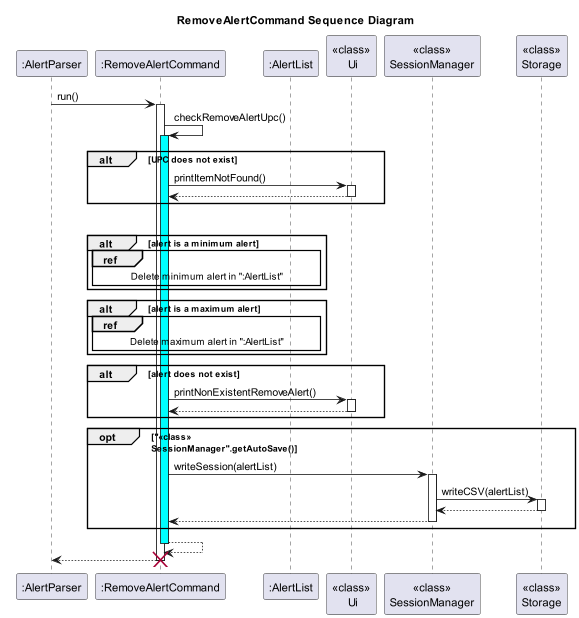
Earlier version of the PlantUML export docs/UML/Alert/RemoveAlertCommand.png (nus-cs2113-AY2223S2/tp).
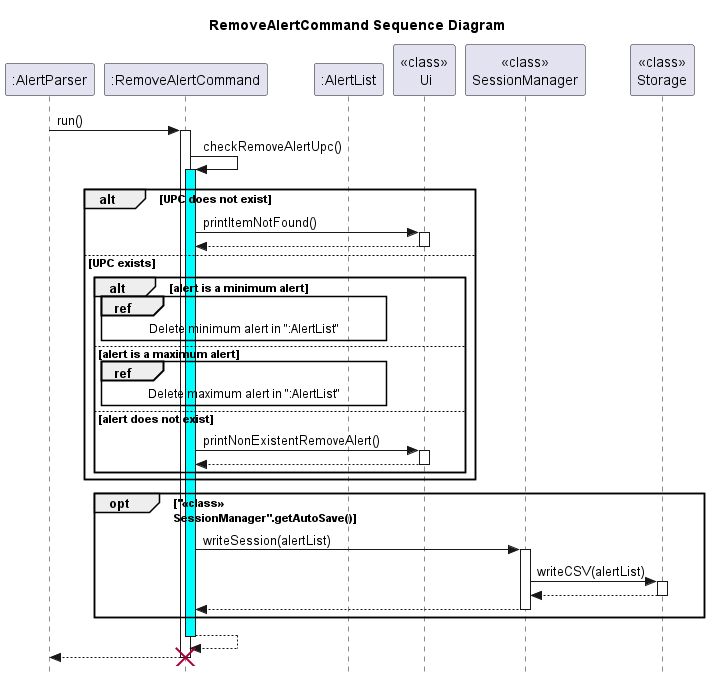
After the change.

Change to the diagram source:
```diff
@@ -1,6 +1,7 @@
 @startuml
 title RemoveAlertCommand Sequence Diagram
 
+skinparam style strictuml
 participant ":AlertParser"
 participant ":RemoveAlertCommand"
 participant ":AlertList"
@@ -19,24 +20,18 @@
     activate "<<class>>\n Ui"
     "<<class>>\n Ui" -->":RemoveAlertCommand":
     deactivate "<<class>>\n Ui"
-end
-
-
-alt UPC exists
+else UPC exists
     alt alert is a minimum alert
      ref over ":RemoveAlertCommand", ":AlertList": Delete minimum alert in ":AlertList"
-     end
-
-    alt alert is a maximum alert
+     else alert is a maximum alert
     ref over ":RemoveAlertCommand", ":AlertList": Delete maximum alert in ":AlertList"
-    end
-
-    alt alert does not exist
+    else alert does not exist
       ":RemoveAlertCommand" -> "<<class>>\n Ui": printNonExistentRemoveAlert()
         activate "<<class>>\n Ui"
         "<<class>>\n Ui" -->":RemoveAlertCommand":
         deactivate "<<class>>\n Ui"
     end
+end
 
      opt "<<class>>\nSessionManager".getAutoSave()
         ":RemoveAlertCommand" ->"<<class>>\nSessionManager":writeSession(alertList)
```
